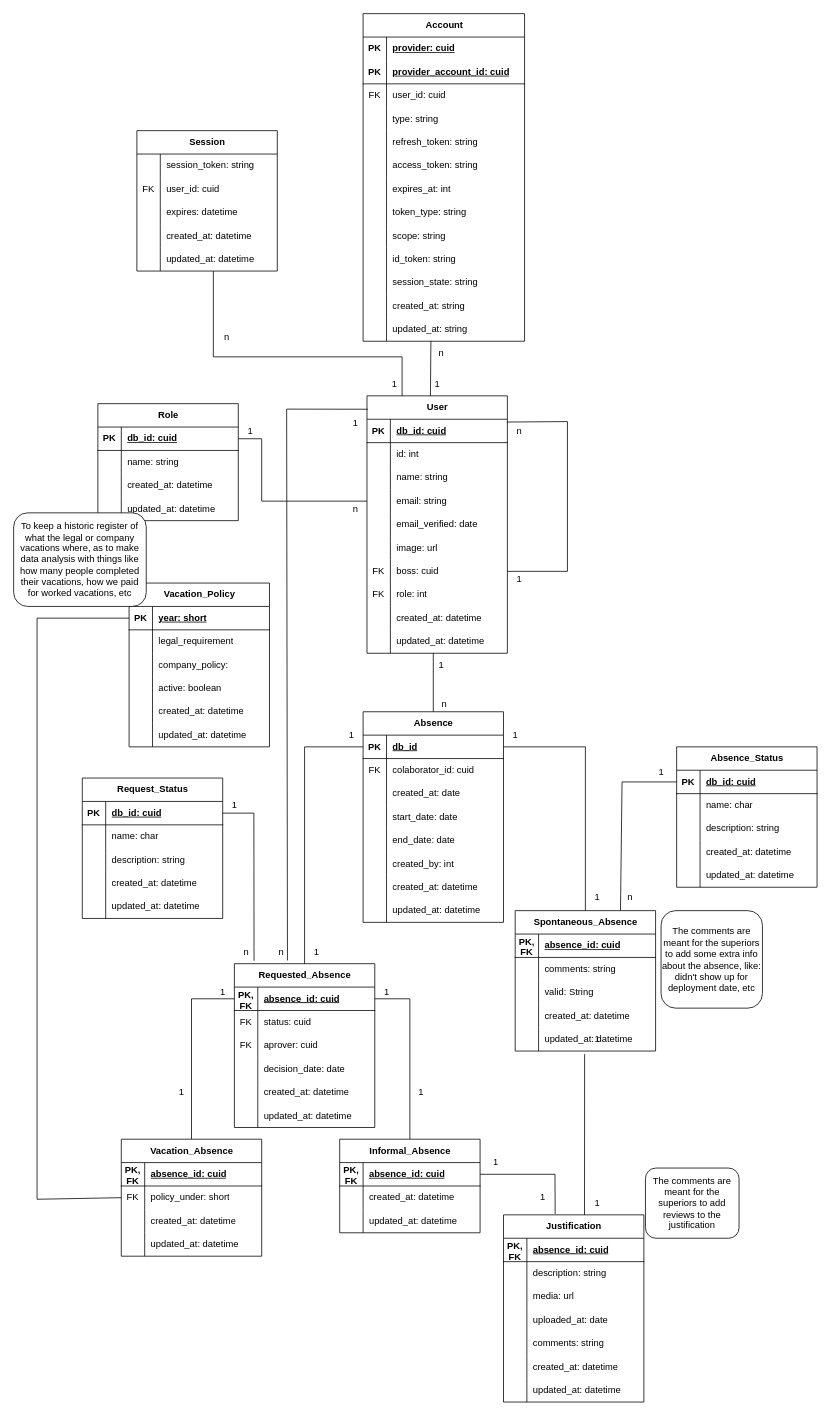
Earlier version of the draw.io diagram GestionHumana.drawio (Proyecto-de-Ingenieria-III-EIA/sistema-de-gestion-de-vacaciones). Source tidied: cells renumbered, new cells numbered last; positions are measured from the earlier drawing's top-left corner, leaving out a move shared by most shapes. Both pictures are drawn from the tidied source at 78%, with x=0, y=0 at pixel (13, 13).
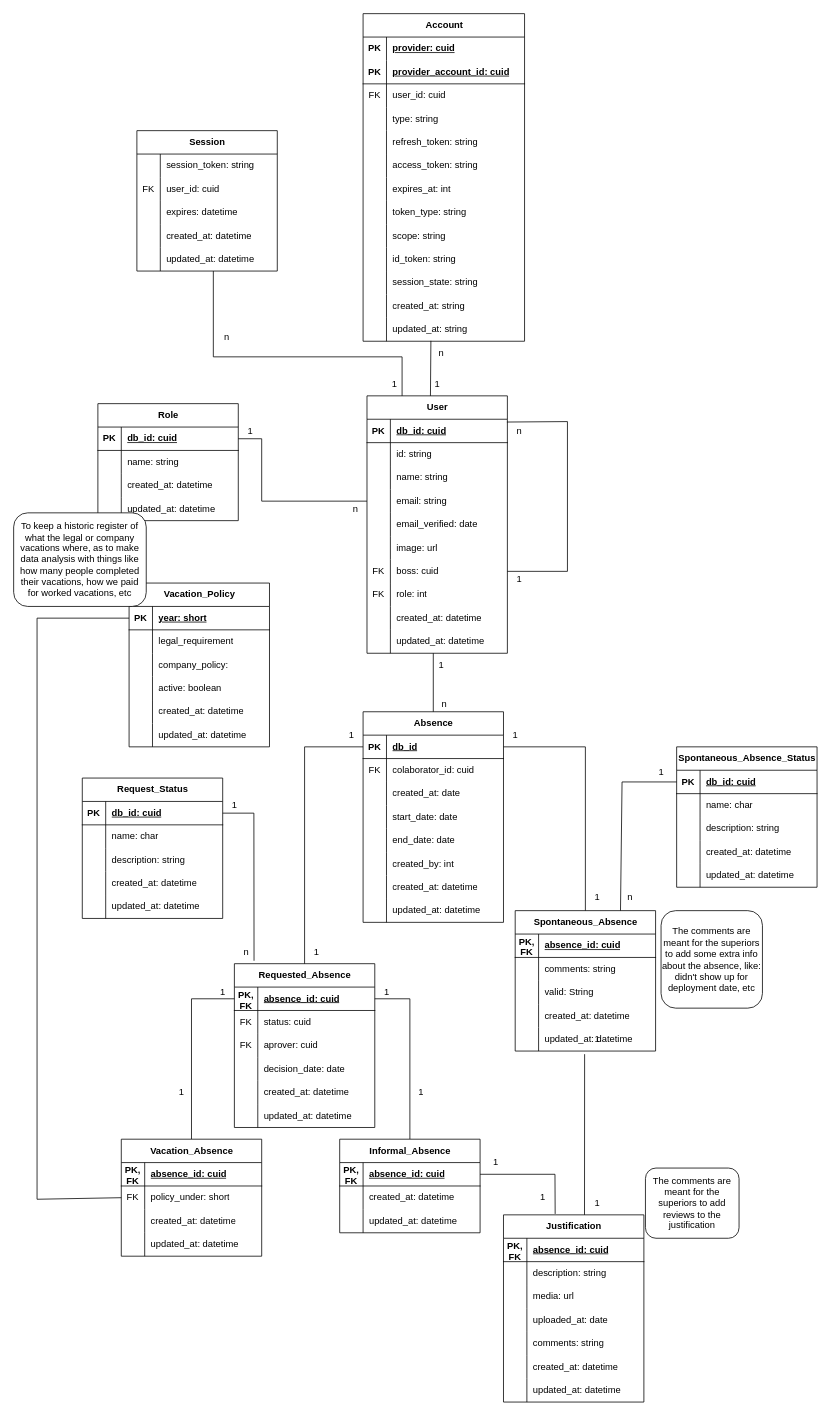
After the change.

Unchanged cells that the change refers to:
```xml
<mxCell id="2" value="User" style="shape=table;startSize=30;childLayout=tableLayout;rowLines=0;fontStyle=1;align=center;html=1;" parent="1" vertex="1">
  <mxGeometry x="453" y="490" width="180" height="330" as="geometry" />
</mxCell>
<mxCell id="6" style="shape=tableRow;horizontal=0;startSize=0;swimlaneHead=0;swimlaneBody=0;fillColor=none;top=0;left=0;right=0;bottom=0;" parent="2" vertex="1">
  <mxGeometry y="60" width="180" height="30" as="geometry" />
</mxCell>
<mxCell id="146" value="Requested_Absence" style="shape=table;startSize=30;childLayout=tableLayout;rowLines=0;fontStyle=1;align=center;html=1;" parent="1" vertex="1">
  <mxGeometry x="283" y="1218" width="180" height="210" as="geometry" />
</mxCell>
```

Diff of the diagram source:
```diff
@@
-    <mxCell id="8" value="id: int" style="shape=partialRectangle;fillColor=none;top=0;left=0;bottom=0;right=0;align=left;spacingLeft=6;overflow=hidden;whiteSpace=wrap;html=1;" parent="6" vertex="1">
+    <mxCell id="8" value="id: string" style="shape=partialRectangle;fillColor=none;top=0;left=0;bottom=0;right=0;align=left;spacingLeft=6;overflow=hidden;whiteSpace=wrap;html=1;" parent="6" vertex="1">
       <mxGeometry x="30" width="150" height="30" as="geometry" />
     </mxCell>
@@
-    <mxCell id="254" style="endArrow=none;html=1;rounded=0;exitX=0.378;exitY=-0.02;exitDx=0;exitDy=0;exitPerimeter=0;entryX=0.006;entryY=0.052;entryDx=0;entryDy=0;entryPerimeter=0;" parent="1" edge="1" source="146" target="2">
-      <mxGeometry relative="1" as="geometry">
-        <Array as="points">
-          <mxPoint x="350" y="507" />
-        </Array>
-      </mxGeometry>
-    </mxCell>
@@
-    <mxCell id="271" value="n" style="text;html=1;align=center;verticalAlign=middle;strokeColor=none;fillColor=none;" parent="1" vertex="1">
-      <mxGeometry x="328" y="1188" width="30" height="30" as="geometry" />
-    </mxCell>
-    <mxCell id="272" value="1" style="text;html=1;align=center;verticalAlign=middle;strokeColor=none;fillColor=none;" parent="1" vertex="1">
-      <mxGeometry x="423" y="510" width="30" height="30" as="geometry" />
-    </mxCell>
@@
-    <mxCell id="285" value="Absence_Status" style="shape=table;startSize=30;childLayout=tableLayout;rowLines=0;fontStyle=1;align=center;html=1;" parent="1" vertex="1">
+    <mxCell id="285" value="Spontaneous_Absence_Status" style="shape=table;startSize=30;childLayout=tableLayout;rowLines=0;fontStyle=1;align=center;html=1;" parent="1" vertex="1">
       <mxGeometry x="850" y="940" width="180" height="180" as="geometry" />
     </mxCell>
```
